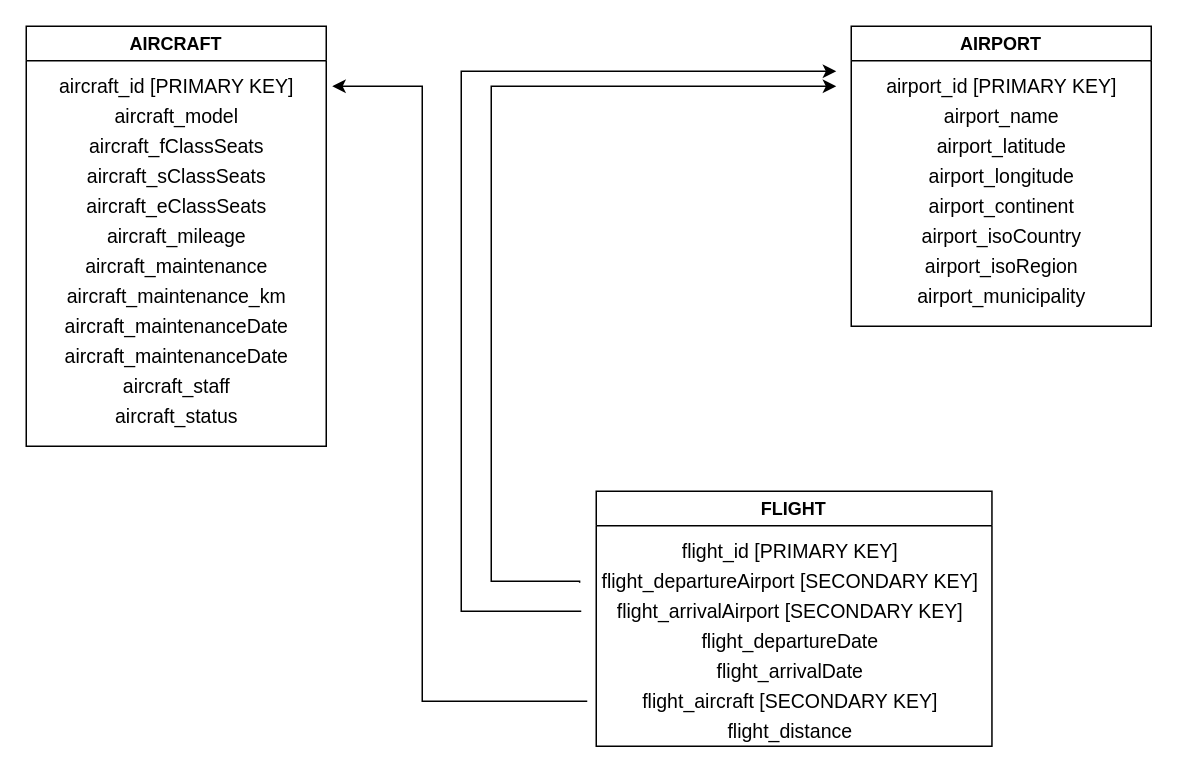
StiffWriter00/SA_Project keeps this draw.io diagram as Database Schema.drawio. Above is the earlier version. Source tidied: cells renumbered, new cells numbered last; positions are measured from the earlier drawing's top-left corner, leaving out a move shared by most shapes. Both pictures are drawn from the tidied source at 150%, with x=0, y=0 at pixel (26, 26).
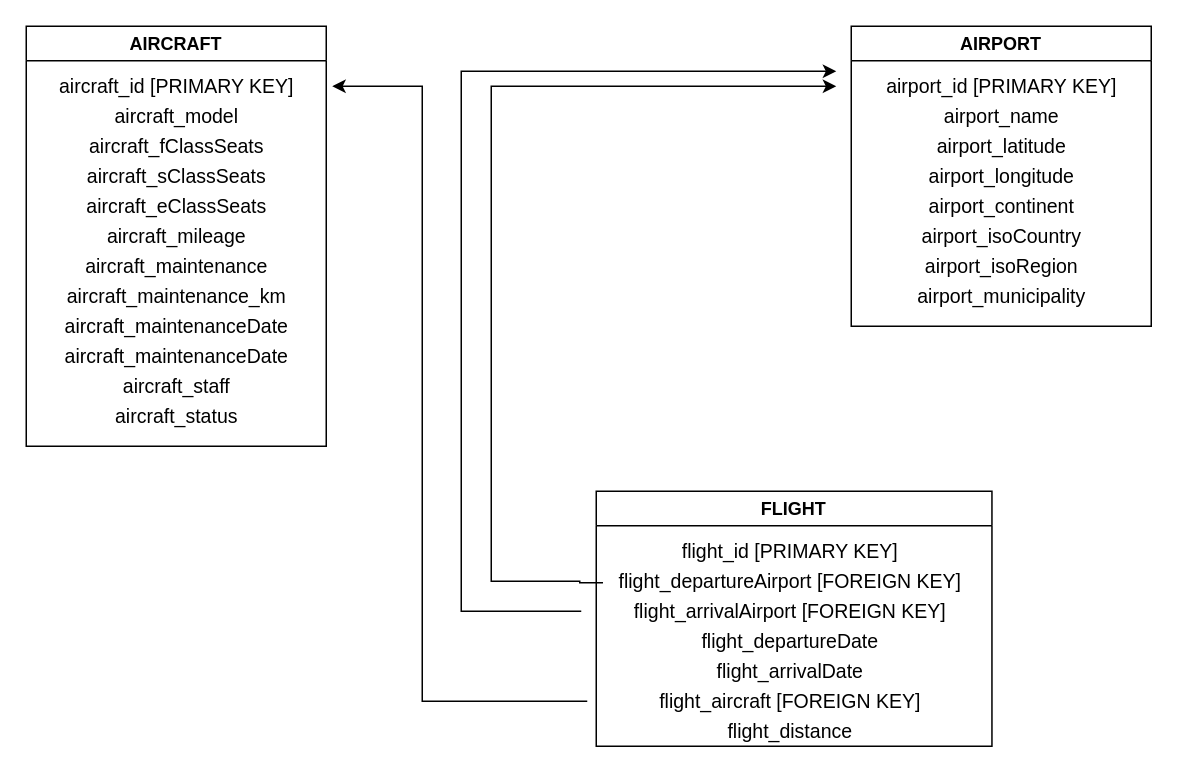
The same diagram, later.

Unchanged cells that the change refers to:
```xml
<mxCell id="24" value="FLIGHT" style="swimlane;" parent="1" vertex="1">
  <mxGeometry x="380" y="310" width="263.8" height="170" as="geometry" />
</mxCell>
```

The edit, as a diff of the source:
```diff
@@
-    <mxCell id="26" value="&lt;span style=&quot;font-size: 13px&quot;&gt;flight_departureAirport [SECONDARY KEY]&lt;/span&gt;" style="text;html=1;align=center;verticalAlign=middle;points=[];strokeColor=none;fillColor=none;" parent="24" vertex="1">
-      <mxGeometry x="-6.2" y="50" width="270" height="20" as="geometry" />
+    <mxCell id="26" value="&lt;span style=&quot;font-size: 13px&quot;&gt;flight_departureAirport [FOREIGN KEY]&lt;/span&gt;" style="text;html=1;align=center;verticalAlign=middle;points=[];strokeColor=none;fillColor=none;" parent="24" vertex="1">
+      <mxGeometry x="8.8" y="50" width="240" height="20" as="geometry" />
     </mxCell>
-    <mxCell id="27" value="&lt;font style=&quot;font-size: 13px&quot;&gt;flight_arrivalAirport [SECONDARY KEY]&lt;/font&gt;" style="text;html=1;align=center;verticalAlign=middle;strokeColor=none;fillColor=none;" parent="24" vertex="1">
-      <mxGeometry x="3.8" y="70" width="250" height="20" as="geometry" />
+    <mxCell id="27" value="&lt;font style=&quot;font-size: 13px&quot;&gt;flight_arrivalAirport [FOREIGN KEY]&lt;/font&gt;" style="text;html=1;align=center;verticalAlign=middle;strokeColor=none;fillColor=none;" parent="24" vertex="1">
+      <mxGeometry x="18.8" y="70" width="220" height="20" as="geometry" />
     </mxCell>
@@
-    <mxCell id="30" value="&lt;font style=&quot;font-size: 13px&quot;&gt;flight_aircraft [SECONDARY KEY]&lt;/font&gt;" style="text;html=1;align=center;verticalAlign=middle;strokeColor=none;fillColor=none;" parent="24" vertex="1">
-      <mxGeometry x="23.8" y="130" width="210" height="20" as="geometry" />
+    <mxCell id="30" value="&lt;font style=&quot;font-size: 13px&quot;&gt;flight_aircraft [FOREIGN KEY]&lt;/font&gt;" style="text;html=1;align=center;verticalAlign=middle;strokeColor=none;fillColor=none;" parent="24" vertex="1">
+      <mxGeometry x="33.8" y="130" width="190" height="20" as="geometry" />
     </mxCell>
```
